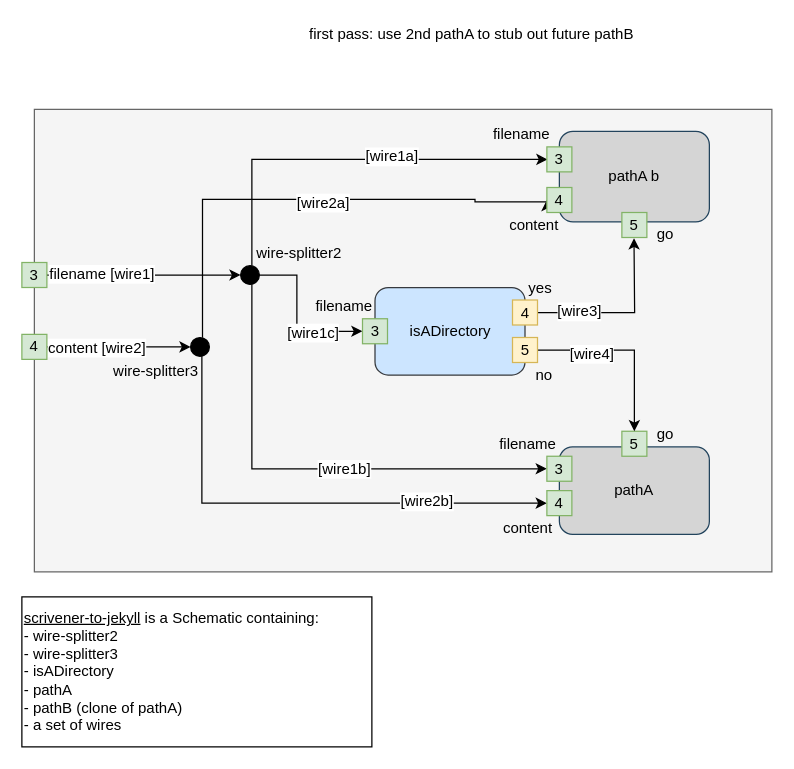
The draw.io diagram page "scrivener-to-jekyll" (1 of 7) of Implementation-Scrivener-to-Jekyll.drawio in guitarvydas/scrivener-to-jekyll, before the edit. Source tidied: cells renumbered, new cells numbered last; positions are measured from the earlier drawing's top-left corner, leaving out a move shared by most shapes. Both pictures are drawn from the tidied source at 125%, with x=0, y=0 at pixel (21, 21).
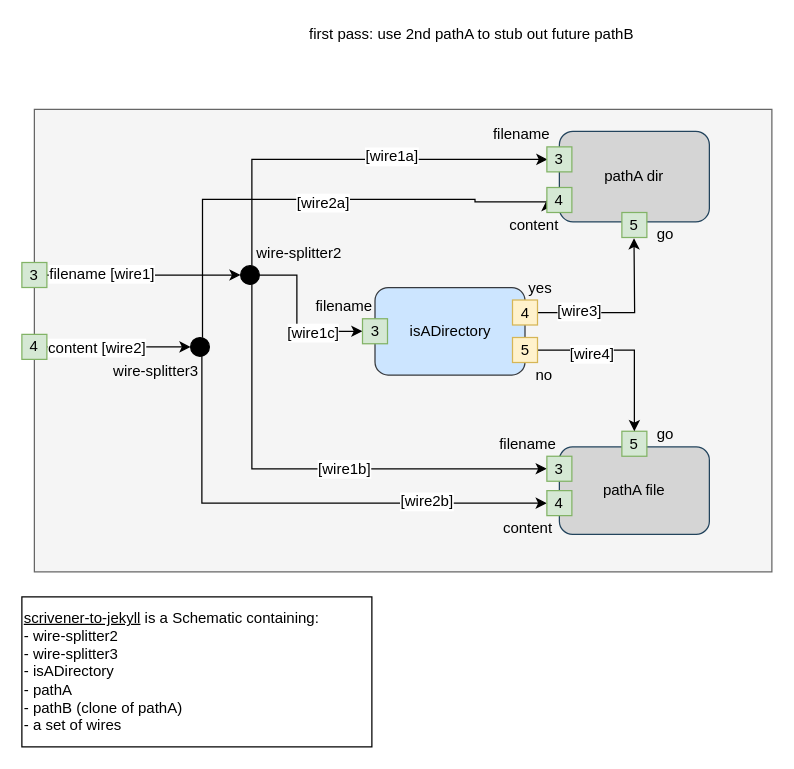
The same diagram, later.

What changed in the source:
```diff
@@
-    <mxCell id="22" value="pathA" style="rounded=1;whiteSpace=wrap;html=1;fillColor=#D5D5D5;align=center;strokeColor=#23445d;" parent="1" vertex="1">
+    <mxCell id="22" value="pathA file" style="rounded=1;whiteSpace=wrap;html=1;fillColor=#D5D5D5;align=center;strokeColor=#23445d;" parent="1" vertex="1">
       <mxGeometry x="430" y="340" width="120" height="70" as="geometry" />
     </mxCell>
@@
-    <mxCell id="41" value="pathA b" style="rounded=1;whiteSpace=wrap;html=1;fillColor=#D5D5D5;align=center;strokeColor=#23445d;" parent="1" vertex="1">
+    <mxCell id="41" value="pathA dir" style="rounded=1;whiteSpace=wrap;html=1;fillColor=#D5D5D5;align=center;strokeColor=#23445d;" parent="1" vertex="1">
       <mxGeometry x="430" y="87.5" width="120" height="72.5" as="geometry" />
     </mxCell>
```
